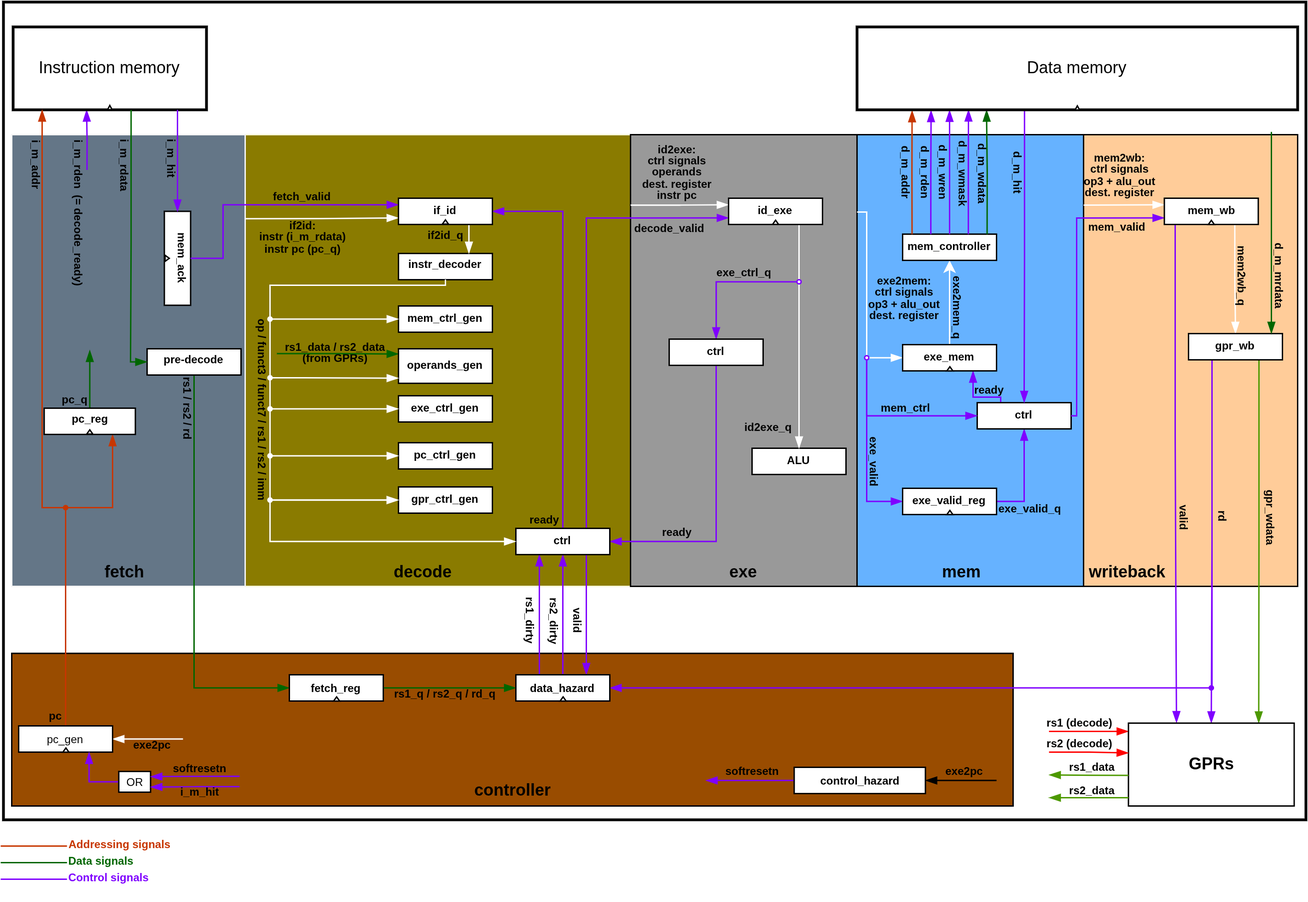
This is img/SCHOLAR_RISC-V_architecture.png from Kawanami-git/SCHOLAR_RISC-V, a draw.io export, as it was before one commit. Source tidied: cells renumbered, new cells last; positions are measured from the earlier drawing's top-left corner, leaving out a move shared by most shapes.
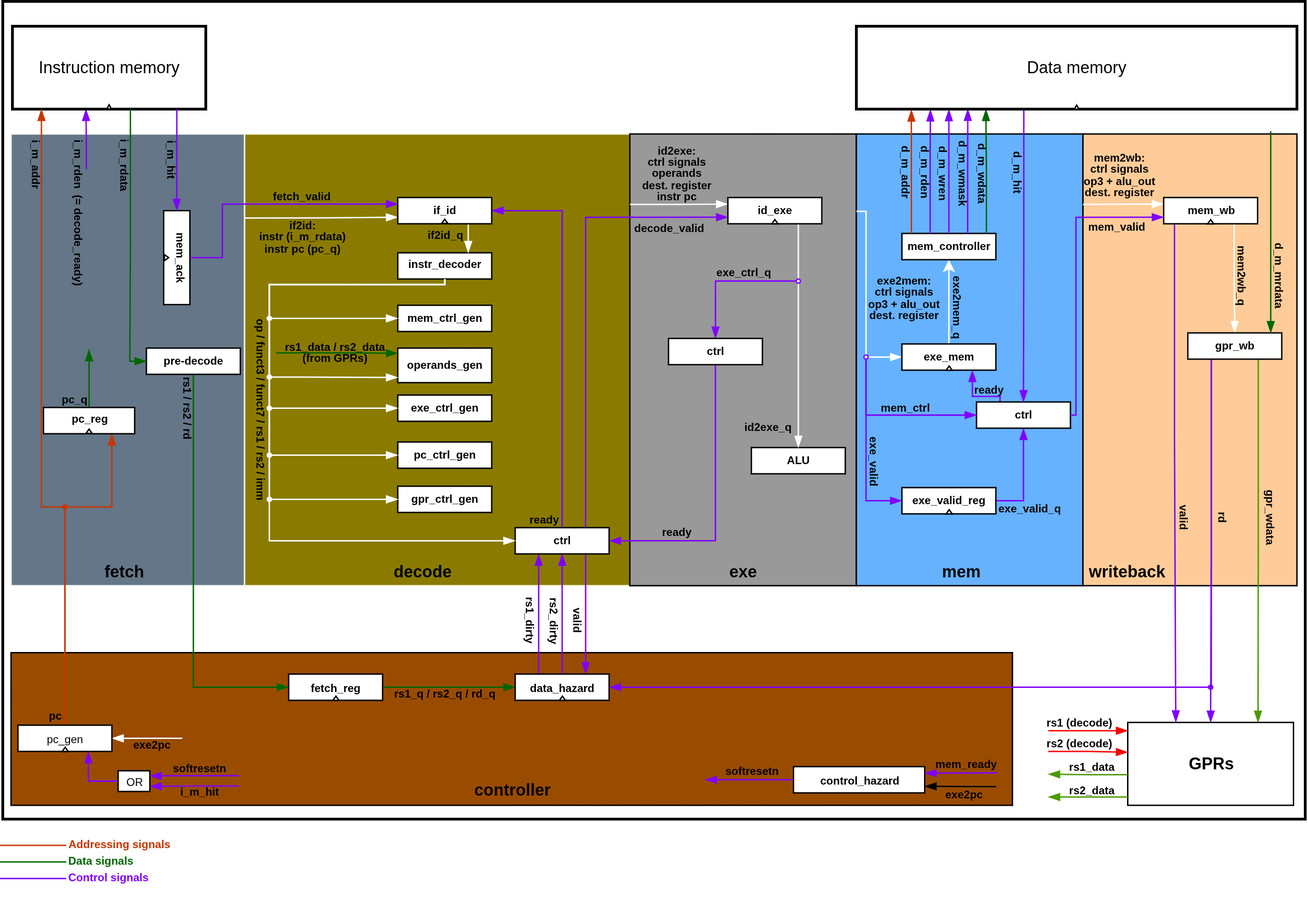
After the commit.

The edit, as a diff of the source:
```diff
@@ -469,13 +469,14 @@
       <mxGeometry x="578.5" y="554" width="95" height="19" as="geometry" />
     </mxCell>
     <mxCell id="119" value="&lt;div style=&quot;line-height: 60%;&quot;&gt;&lt;span style=&quot;font-size: 8px;&quot;&gt;&lt;b&gt;exe2pc&lt;/b&gt;&lt;/span&gt;&lt;/div&gt;" style="text;html=1;align=center;verticalAlign=middle;whiteSpace=wrap;rounded=0;rotation=0;spacingBottom=2;" parent="1" vertex="1">
-      <mxGeometry x="685.5" y="553" width="32" height="9" as="geometry" />
+      <mxGeometry x="685.5" y="570" width="32" height="9" as="geometry" />
     </mxCell>
-    <mxCell id="120" style="edgeStyle=orthogonalEdgeStyle;rounded=0;jettySize=auto;html=1;exitX=1;exitY=0.5;exitDx=0;exitDy=0;entryX=1;entryY=0.5;entryDx=0;entryDy=0;endArrow=blockThin;endFill=1;" parent="1" edge="1" target="118">
+    <mxCell id="120" style="edgeStyle=orthogonalEdgeStyle;rounded=0;jettySize=auto;html=1;exitX=1;exitY=0.5;exitDx=0;exitDy=0;entryX=1;entryY=0.75;entryDx=0;entryDy=0;endArrow=blockThin;endFill=1;" parent="1" edge="1" target="118">
       <mxGeometry relative="1" as="geometry">
-        <mxPoint x="725" y="563.5" as="sourcePoint" />
+        <mxPoint x="725" y="568.5" as="sourcePoint" />
         <Array as="points">
-          <mxPoint x="694" y="564" />
+          <mxPoint x="725" y="568" />
+          <mxPoint x="694" y="568" />
         </Array>
       </mxGeometry>
     </mxCell>
@@ -721,5 +722,16 @@
     <mxCell id="193" value="&lt;div style=&quot;line-height: 60%;&quot;&gt;&lt;span style=&quot;font-size: 8px;&quot;&gt;&lt;b&gt;i_m_hit&lt;/b&gt;&lt;/span&gt;&lt;/div&gt;" style="text;html=1;align=center;verticalAlign=middle;whiteSpace=wrap;rounded=0;rotation=0;spacingBottom=2;" parent="1" vertex="1">
       <mxGeometry x="128" y="568" width="41" height="9" as="geometry" />
     </mxCell>
+    <mxCell id="194" style="edgeStyle=orthogonalEdgeStyle;rounded=0;jettySize=auto;html=1;exitX=1;exitY=0.5;exitDx=0;exitDy=0;entryX=1;entryY=0.25;entryDx=0;entryDy=0;endArrow=blockThin;endFill=1;strokeColor=#7F00FF;" parent="1" edge="1" target="118">
+      <mxGeometry relative="1" as="geometry">
+        <mxPoint x="726" y="558.5" as="sourcePoint" />
+        <Array as="points">
+          <mxPoint x="726" y="559" />
+        </Array>
+      </mxGeometry>
+    </mxCell>
+    <mxCell id="195" value="&lt;div style=&quot;line-height: 60%;&quot;&gt;&lt;span style=&quot;font-size: 8px;&quot;&gt;&lt;b&gt;mem_ready&lt;/b&gt;&lt;/span&gt;&lt;/div&gt;" style="text;html=1;align=center;verticalAlign=middle;whiteSpace=wrap;rounded=0;rotation=0;spacingBottom=2;" parent="1" vertex="1">
+      <mxGeometry x="680" y="548" width="47" height="9" as="geometry" />
+    </mxCell>
   </root>
 </mxGraphModel>
```
